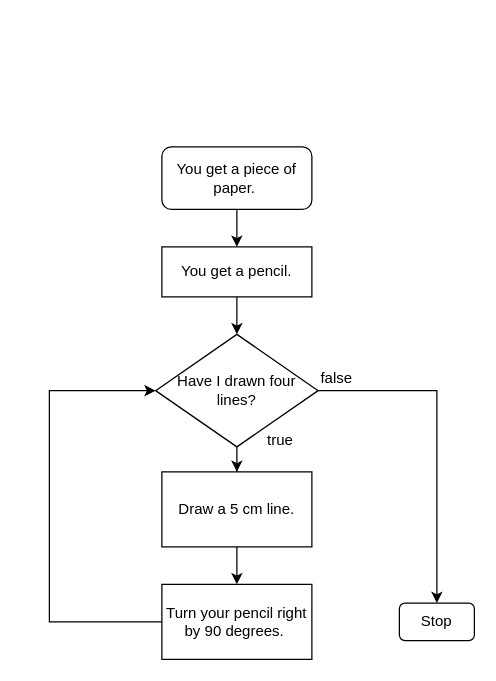
Above: 2.6 Exercise Flowchart.drawio in ChloeXZheng/Flowcharts (draw.io), before the change. Source tidied: cells renumbered, new cells numbered last; positions are measured from the earlier drawing's top-left corner, leaving out a move shared by most shapes. Both pictures are drawn from the tidied source at 125%, with x=0, y=0 at pixel (49, 146).
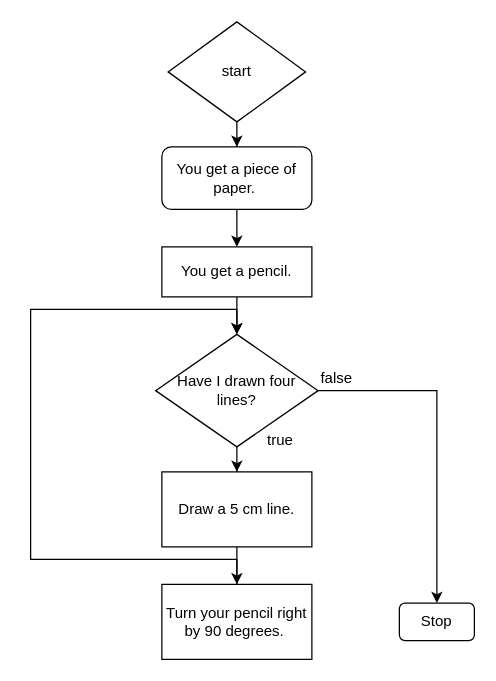
The same page after the edit.

The change refers to these unchanged cells:
```xml
<mxCell id="3" value="You get a piece of paper.&amp;nbsp;" style="rounded=1;whiteSpace=wrap;html=1;" parent="1" vertex="1">
  <mxGeometry x="90" width="120" height="50" as="geometry" />
</mxCell>
<mxCell id="8" value="Have I drawn four &lt;br&gt;lines?" style="rhombus;whiteSpace=wrap;html=1;" parent="1" vertex="1">
  <mxGeometry x="85" y="150" width="130" height="90" as="geometry" />
</mxCell>
<mxCell id="12" value="Turn your pencil right by 90 degrees.&amp;nbsp;" style="rounded=0;whiteSpace=wrap;html=1;" parent="1" vertex="1">
  <mxGeometry x="90" y="350" width="120" height="60" as="geometry" />
</mxCell>
```

Diff of the diagram source:
```diff
@@
     <mxCell id="11" style="edgeStyle=orthogonalEdgeStyle;rounded=0;jettySize=auto;html=1;" parent="1" edge="1" source="12" target="8">
       <mxGeometry relative="1" as="geometry">
         <Array as="points">
-          <mxPoint y="380" />
-          <mxPoint y="195" />
+          <mxPoint x="150" y="330" />
+          <mxPoint x="-15" y="330" />
+          <mxPoint x="-15" y="130" />
+          <mxPoint x="150" y="130" />
         </Array>
       </mxGeometry>
     </mxCell>
@@
+    <mxCell id="16" style="edgeStyle=orthogonalEdgeStyle;rounded=0;jettySize=auto;html=1;" parent="1" edge="1" source="17" target="3">
+      <mxGeometry relative="1" as="geometry" />
+    </mxCell>
+    <mxCell id="17" value="start" style="rhombus;whiteSpace=wrap;html=1;" parent="1" vertex="1">
+      <mxGeometry x="95" y="-100" width="110" height="80" as="geometry" />
+    </mxCell>
```
